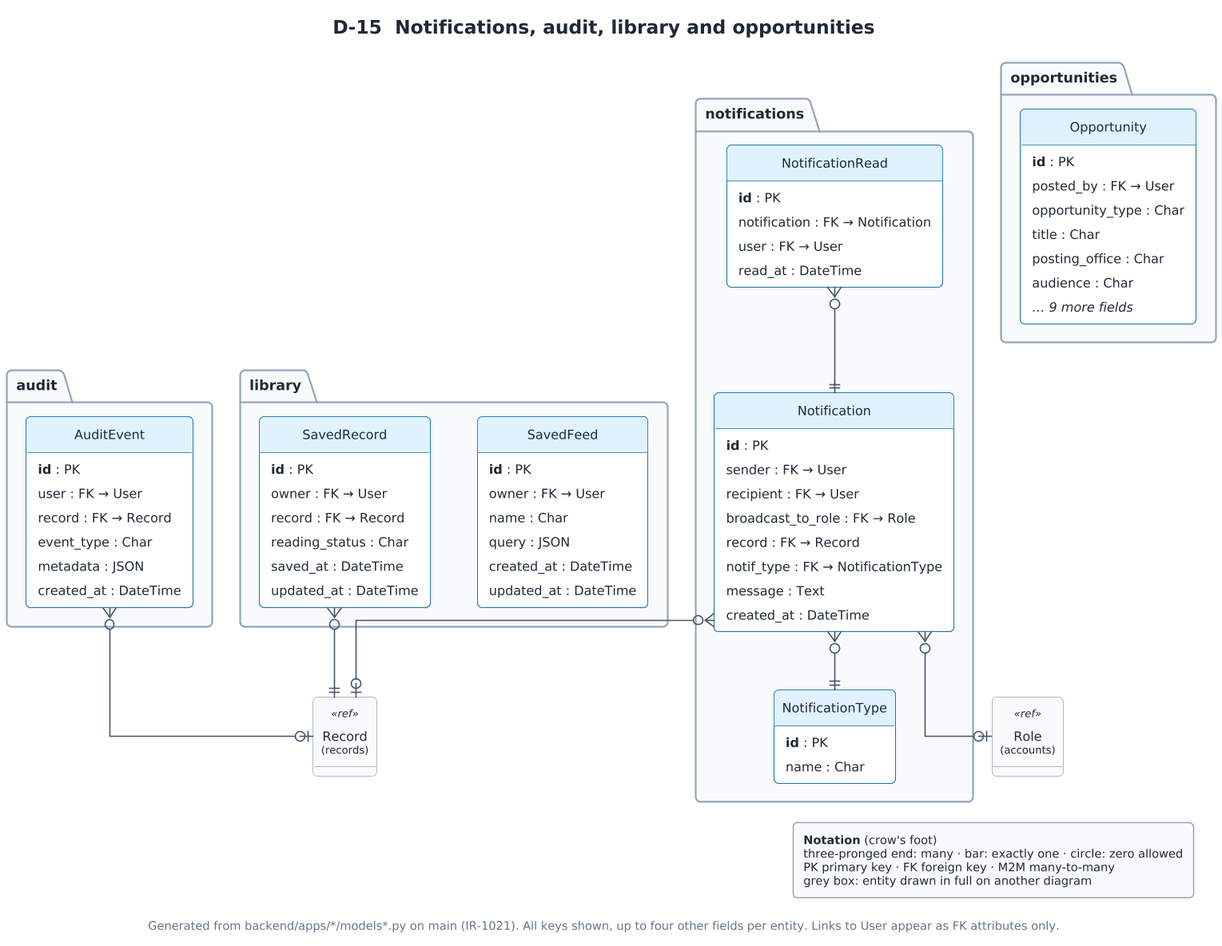
Earlier version of the PlantUML export docs/diagrams/section-d/png/D-15-erd-supporting.png (moisturicer/IRIS). Its source is kept beside it as docs/diagrams/section-d/src/D-15-erd-supporting.puml. Source of this version:
```plantuml
@startuml
!include ../iris-style.puml
hide methods
skinparam LineType ortho
title D-15  Notifications, audit, library and opportunities
caption Generated from backend/apps/*/models*.py on main (IR-1021). All keys shown, up to four other fields per entity. Links to User appear as FK attributes only.
package "audit" {
  class "AuditEvent" as audit_AuditEvent {
    <b>id</b> : PK
    user : FK → User
    record : FK → Record
    event_type : Char
    metadata : JSON
    created_at : DateTime
  }
}
package "library" {
  class "SavedFeed" as library_SavedFeed {
    <b>id</b> : PK
    owner : FK → User
    name : Char
    query : JSON
    created_at : DateTime
    updated_at : DateTime
  }
  class "SavedRecord" as library_SavedRecord {
    <b>id</b> : PK
    owner : FK → User
    record : FK → Record
    reading_status : Char
    saved_at : DateTime
    updated_at : DateTime
  }
}
package "notifications" {
  class "Notification" as notifications_Notification {
    <b>id</b> : PK
    sender : FK → User
    recipient : FK → User
    broadcast_to_role : FK → Role
    record : FK → Record
    notif_type : FK → NotificationType
    message : Text
    created_at : DateTime
  }
  class "NotificationRead" as notifications_NotificationRead {
    <b>id</b> : PK
    notification : FK → Notification
    user : FK → User
    read_at : DateTime
  }
  class "NotificationType" as notifications_NotificationType {
    <b>id</b> : PK
    name : Char
  }
}
package "opportunities" {
  class "Opportunity" as opportunities_Opportunity {
    <b>id</b> : PK
    posted_by : FK → User
    opportunity_type : Char
    title : Char
    posting_office : Char
    audience : Char
    <i>… 9 more fields</i>
  }
}
class "Role\n<size:9>(accounts)</size>" as accounts_Role <<ref>>
class "Record\n<size:9>(records)</size>" as records_Record <<ref>>
audit_AuditEvent }o--o| records_Record
library_SavedRecord }o--|| records_Record
notifications_Notification }o--o| accounts_Role
notifications_Notification }o--o| records_Record
notifications_Notification }o--|| notifications_NotificationType
notifications_NotificationRead }o--|| notifications_Notification
legend right
  <b>Notation</b> (crow's foot)
  three-pronged end: many · bar: exactly one · circle: zero allowed
  PK primary key · FK foreign key · M2M many-to-many
  grey box: entity drawn in full on another diagram
endlegend
@enduml
```
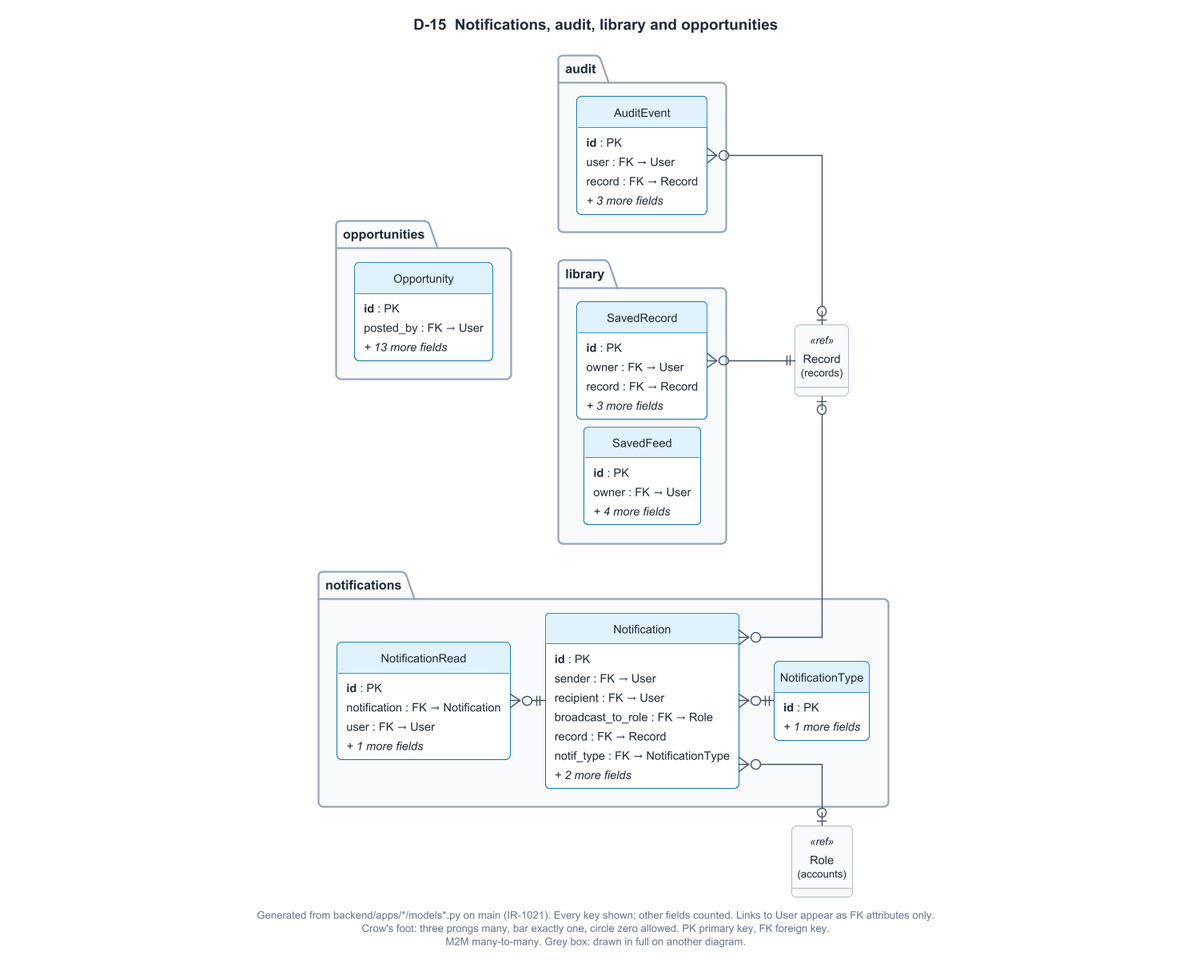
Later version of the same file.

The edit, as a diff of the source:
```diff
@@ -2,34 +2,30 @@
 !include ../iris-style.puml
 hide methods
 skinparam LineType ortho
+left to right direction
+skinparam nodesep 6
+skinparam ranksep 30
 title D-15  Notifications, audit, library and opportunities
-caption Generated from backend/apps/*/models*.py on main (IR-1021). All keys shown, up to four other fields per entity. Links to User appear as FK attributes only.
+caption Generated from backend/apps/*/models*.py on main (IR-1021). Every key shown; other fields counted. Links to User appear as FK attributes only.\nCrow's foot: three prongs many, bar exactly one, circle zero allowed. PK primary key, FK foreign key.\nM2M many-to-many. Grey box: drawn in full on another diagram.
 package "audit" {
   class "AuditEvent" as audit_AuditEvent {
     <b>id</b> : PK
     user : FK → User
     record : FK → Record
-    event_type : Char
-    metadata : JSON
-    created_at : DateTime
+    <i>+ 3 more fields</i>
   }
 }
 package "library" {
   class "SavedFeed" as library_SavedFeed {
     <b>id</b> : PK
     owner : FK → User
-    name : Char
-    query : JSON
-    created_at : DateTime
-    updated_at : DateTime
+    <i>+ 4 more fields</i>
   }
   class "SavedRecord" as library_SavedRecord {
     <b>id</b> : PK
     owner : FK → User
     record : FK → Record
-    reading_status : Char
-    saved_at : DateTime
-    updated_at : DateTime
+    <i>+ 3 more fields</i>
   }
 }
 package "notifications" {
@@ -40,29 +36,24 @@
     broadcast_to_role : FK → Role
     record : FK → Record
     notif_type : FK → NotificationType
-    message : Text
-    created_at : DateTime
+    <i>+ 2 more fields</i>
   }
   class "NotificationRead" as notifications_NotificationRead {
     <b>id</b> : PK
     notification : FK → Notification
     user : FK → User
-    read_at : DateTime
+    <i>+ 1 more fields</i>
   }
   class "NotificationType" as notifications_NotificationType {
     <b>id</b> : PK
-    name : Char
+    <i>+ 1 more fields</i>
   }
 }
 package "opportunities" {
   class "Opportunity" as opportunities_Opportunity {
     <b>id</b> : PK
     posted_by : FK → User
-    opportunity_type : Char
-    title : Char
-    posting_office : Char
-    audience : Char
-    <i>… 9 more fields</i>
+    <i>+ 13 more fields</i>
   }
 }
 class "Role\n<size:9>(accounts)</size>" as accounts_Role <<ref>>
@@ -73,10 +64,4 @@
 notifications_Notification }o--o| records_Record
 notifications_Notification }o--|| notifications_NotificationType
 notifications_NotificationRead }o--|| notifications_Notification
-legend right
-  <b>Notation</b> (crow's foot)
-  three-pronged end: many · bar: exactly one · circle: zero allowed
-  PK primary key · FK foreign key · M2M many-to-many
-  grey box: entity drawn in full on another diagram
-endlegend
 @enduml
```
